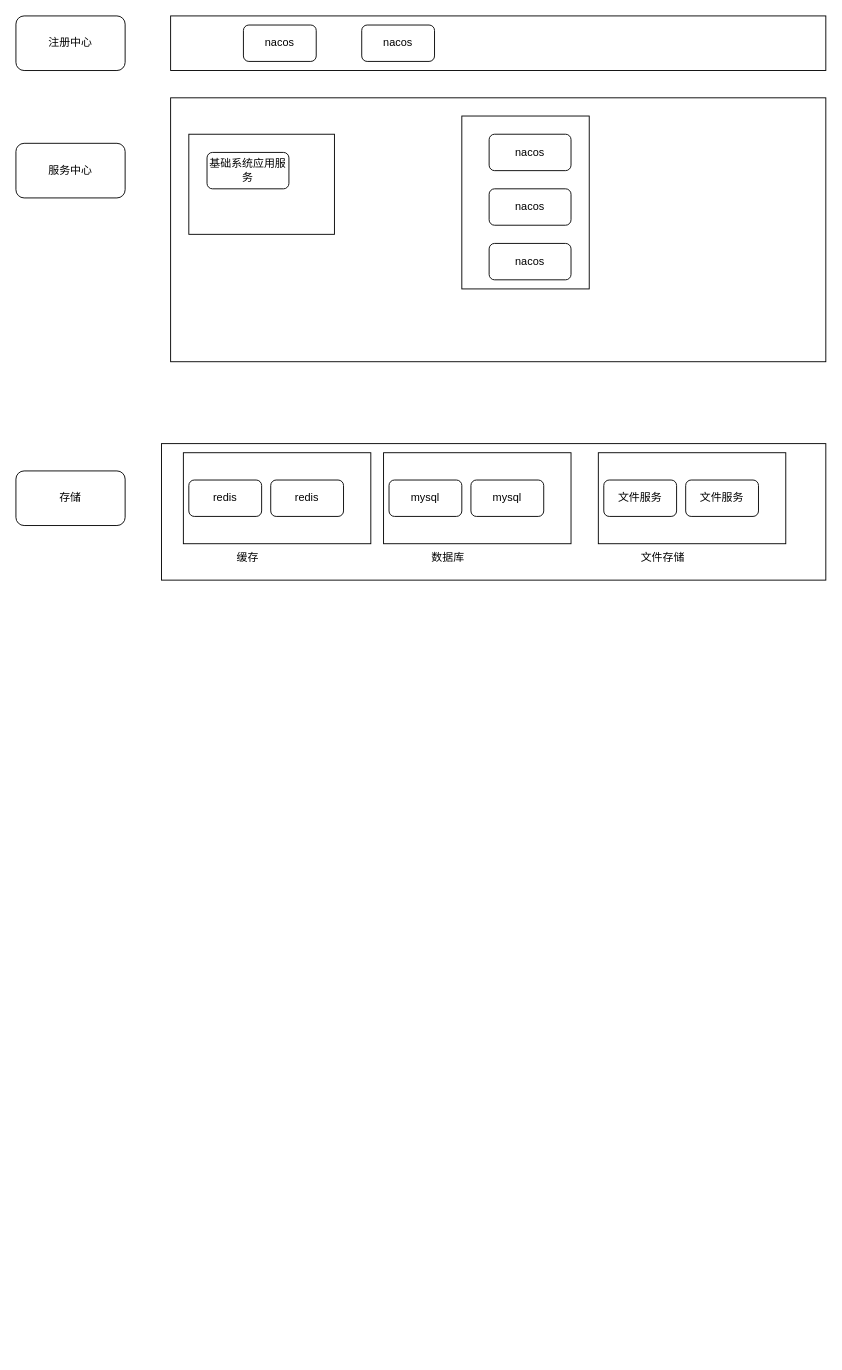
Before: 一汽解放.drawio in Amanocino/java-tuling, a draw.io diagram. Source tidied: cells renumbered, new cells numbered last; positions are measured from the earlier drawing's top-left corner, leaving out a move shared by most shapes. Both pictures are drawn from the tidied source at 91%, with x=0, y=0 at pixel (15, 15).
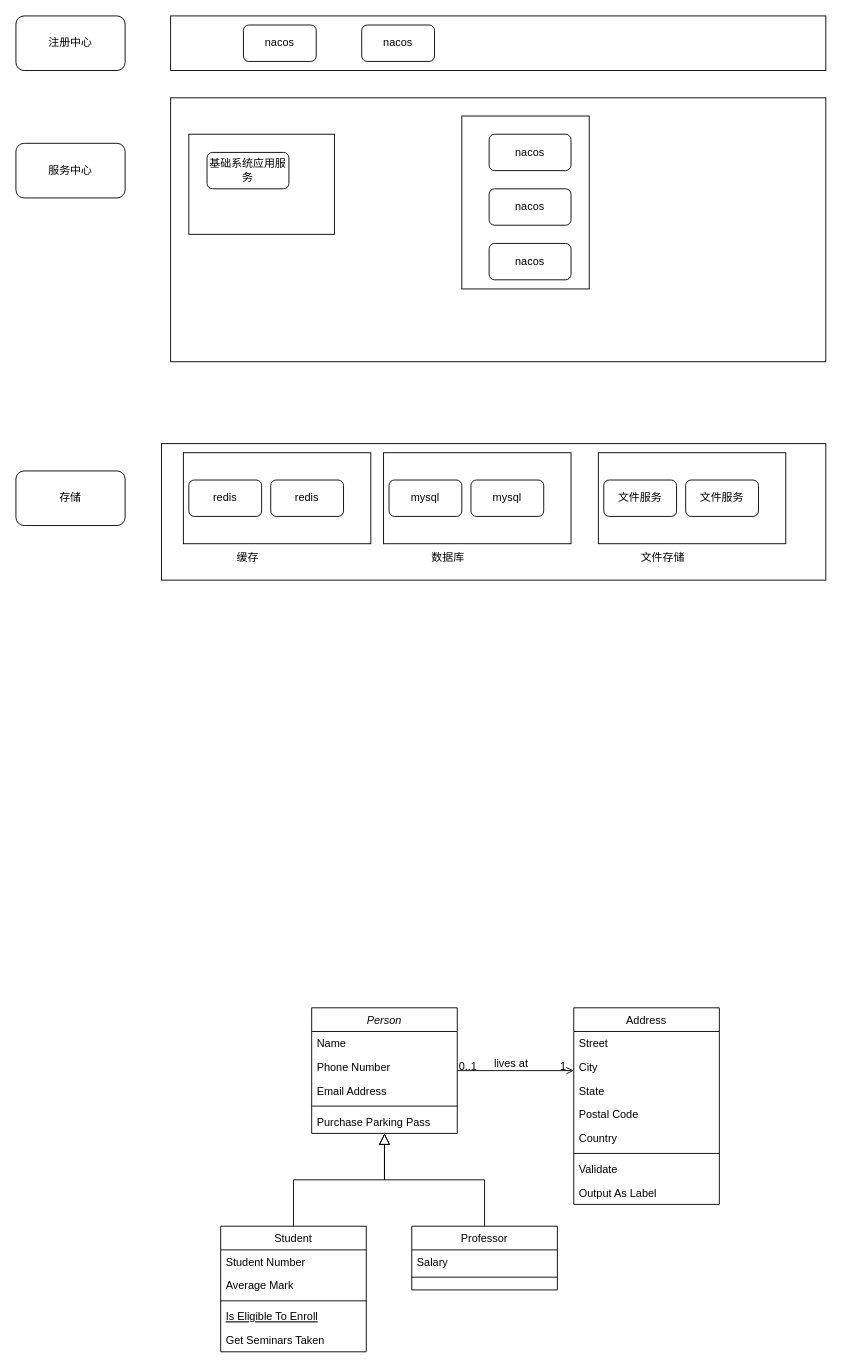
Above is the later version.

Commit message:
更新一汽解放.drawio

Change to the diagram source:
```diff
@@
+    <mxCell id="28" value="Person" style="swimlane;fontStyle=2;align=center;verticalAlign=top;horizontal=1;startSize=26;rounded=0;shadow=0;strokeWidth=1;" parent="1" vertex="1">
+      <mxGeometry x="325" y="1090" width="160" height="138" as="geometry" />
+    </mxCell>
+    <mxCell id="29" value="Name" style="text;align=left;verticalAlign=top;spacingLeft=4;spacingRight=4;overflow=hidden;" parent="28" vertex="1">
+      <mxGeometry y="26" width="160" height="26" as="geometry" />
+    </mxCell>
+    <mxCell id="30" value="Phone Number" style="text;align=left;verticalAlign=top;spacingLeft=4;spacingRight=4;overflow=hidden;rounded=0;shadow=0;html=0;" parent="28" vertex="1">
+      <mxGeometry y="52" width="160" height="26" as="geometry" />
+    </mxCell>
+    <mxCell id="31" value="Email Address" style="text;align=left;verticalAlign=top;spacingLeft=4;spacingRight=4;overflow=hidden;rounded=0;shadow=0;html=0;" parent="28" vertex="1">
+      <mxGeometry y="78" width="160" height="26" as="geometry" />
+    </mxCell>
+    <mxCell id="32" style="line;html=1;strokeWidth=1;align=left;verticalAlign=middle;spacingTop=-1;spacingLeft=3;spacingRight=3;labelPosition=right;" parent="28" vertex="1">
+      <mxGeometry y="104" width="160" height="8" as="geometry" />
+    </mxCell>
+    <mxCell id="33" value="Purchase Parking Pass" style="text;align=left;verticalAlign=top;spacingLeft=4;spacingRight=4;overflow=hidden;" parent="28" vertex="1">
+      <mxGeometry y="112" width="160" height="26" as="geometry" />
+    </mxCell>
+    <mxCell id="34" value="Student" style="swimlane;fontStyle=0;align=center;verticalAlign=top;horizontal=1;startSize=26;rounded=0;shadow=0;strokeWidth=1;" parent="1" vertex="1">
+      <mxGeometry x="225" y="1330" width="160" height="138" as="geometry" />
+    </mxCell>
+    <mxCell id="35" value="Student Number" style="text;align=left;verticalAlign=top;spacingLeft=4;spacingRight=4;overflow=hidden;" parent="34" vertex="1">
+      <mxGeometry y="26" width="160" height="26" as="geometry" />
+    </mxCell>
+    <mxCell id="36" value="Average Mark" style="text;align=left;verticalAlign=top;spacingLeft=4;spacingRight=4;overflow=hidden;rounded=0;shadow=0;html=0;" parent="34" vertex="1">
+      <mxGeometry y="52" width="160" height="26" as="geometry" />
+    </mxCell>
+    <mxCell id="37" style="line;html=1;strokeWidth=1;align=left;verticalAlign=middle;spacingTop=-1;spacingLeft=3;spacingRight=3;labelPosition=right;" parent="34" vertex="1">
+      <mxGeometry y="78" width="160" height="8" as="geometry" />
+    </mxCell>
+    <mxCell id="38" value="Is Eligible To Enroll" style="text;align=left;verticalAlign=top;spacingLeft=4;spacingRight=4;overflow=hidden;fontStyle=4;" parent="34" vertex="1">
+      <mxGeometry y="86" width="160" height="26" as="geometry" />
+    </mxCell>
+    <mxCell id="39" value="Get Seminars Taken" style="text;align=left;verticalAlign=top;spacingLeft=4;spacingRight=4;overflow=hidden;" parent="34" vertex="1">
+      <mxGeometry y="112" width="160" height="26" as="geometry" />
+    </mxCell>
+    <mxCell id="40" style="endArrow=block;endSize=10;endFill=0;shadow=0;strokeWidth=1;rounded=0;edgeStyle=elbowEdgeStyle;elbow=vertical;" parent="1" edge="1" source="34" target="28">
+      <mxGeometry relative="1" as="geometry" />
+    </mxCell>
+    <mxCell id="41" value="Professor" style="swimlane;fontStyle=0;align=center;verticalAlign=top;horizontal=1;startSize=26;rounded=0;shadow=0;strokeWidth=1;" parent="1" vertex="1">
+      <mxGeometry x="435" y="1330" width="160" height="70" as="geometry" />
+    </mxCell>
+    <mxCell id="42" value="Salary" style="text;align=left;verticalAlign=top;spacingLeft=4;spacingRight=4;overflow=hidden;" parent="41" vertex="1">
+      <mxGeometry y="26" width="160" height="26" as="geometry" />
+    </mxCell>
+    <mxCell id="43" style="line;html=1;strokeWidth=1;align=left;verticalAlign=middle;spacingTop=-1;spacingLeft=3;spacingRight=3;labelPosition=right;" parent="41" vertex="1">
+      <mxGeometry y="52" width="160" height="8" as="geometry" />
+    </mxCell>
+    <mxCell id="44" style="endArrow=block;endSize=10;endFill=0;shadow=0;strokeWidth=1;rounded=0;edgeStyle=elbowEdgeStyle;elbow=vertical;" parent="1" edge="1" source="41" target="28">
+      <mxGeometry relative="1" as="geometry" />
+    </mxCell>
+    <mxCell id="45" value="Address" style="swimlane;fontStyle=0;align=center;verticalAlign=top;horizontal=1;startSize=26;rounded=0;shadow=0;strokeWidth=1;" parent="1" vertex="1">
+      <mxGeometry x="613" y="1090" width="160" height="216" as="geometry" />
+    </mxCell>
+    <mxCell id="46" value="Street" style="text;align=left;verticalAlign=top;spacingLeft=4;spacingRight=4;overflow=hidden;" parent="45" vertex="1">
+      <mxGeometry y="26" width="160" height="26" as="geometry" />
+    </mxCell>
+    <mxCell id="47" value="City" style="text;align=left;verticalAlign=top;spacingLeft=4;spacingRight=4;overflow=hidden;rounded=0;shadow=0;html=0;" parent="45" vertex="1">
+      <mxGeometry y="52" width="160" height="26" as="geometry" />
+    </mxCell>
+    <mxCell id="48" value="State" style="text;align=left;verticalAlign=top;spacingLeft=4;spacingRight=4;overflow=hidden;rounded=0;shadow=0;html=0;" parent="45" vertex="1">
+      <mxGeometry y="78" width="160" height="26" as="geometry" />
+    </mxCell>
+    <mxCell id="49" value="Postal Code" style="text;align=left;verticalAlign=top;spacingLeft=4;spacingRight=4;overflow=hidden;rounded=0;shadow=0;html=0;" parent="45" vertex="1">
+      <mxGeometry y="104" width="160" height="26" as="geometry" />
+    </mxCell>
+    <mxCell id="50" value="Country" style="text;align=left;verticalAlign=top;spacingLeft=4;spacingRight=4;overflow=hidden;rounded=0;shadow=0;html=0;" parent="45" vertex="1">
+      <mxGeometry y="130" width="160" height="26" as="geometry" />
+    </mxCell>
+    <mxCell id="51" style="line;html=1;strokeWidth=1;align=left;verticalAlign=middle;spacingTop=-1;spacingLeft=3;spacingRight=3;labelPosition=right;" parent="45" vertex="1">
+      <mxGeometry y="156" width="160" height="8" as="geometry" />
+    </mxCell>
+    <mxCell id="52" value="Validate" style="text;align=left;verticalAlign=top;spacingLeft=4;spacingRight=4;overflow=hidden;" parent="45" vertex="1">
+      <mxGeometry y="164" width="160" height="26" as="geometry" />
+    </mxCell>
+    <mxCell id="53" value="Output As Label" style="text;align=left;verticalAlign=top;spacingLeft=4;spacingRight=4;overflow=hidden;" parent="45" vertex="1">
+      <mxGeometry y="190" width="160" height="26" as="geometry" />
+    </mxCell>
+    <mxCell id="54" style="endArrow=open;shadow=0;strokeWidth=1;rounded=0;endFill=1;edgeStyle=elbowEdgeStyle;elbow=vertical;" parent="1" edge="1" source="28" target="45">
+      <mxGeometry x="0.5" y="41" relative="1" as="geometry">
+        <mxPoint x="-40" y="32" as="offset" />
+      </mxGeometry>
+    </mxCell>
+    <mxCell id="55" value="0..1" style="align=left;verticalAlign=bottom;labelBackgroundColor=none;fontSize=12;" parent="54" vertex="1">
+      <mxGeometry x="-1" relative="1" as="geometry">
+        <mxPoint y="4" as="offset" />
+      </mxGeometry>
+    </mxCell>
+    <mxCell id="56" value="1" style="align=right;verticalAlign=bottom;labelBackgroundColor=none;fontSize=12;" parent="54" vertex="1">
+      <mxGeometry x="1" relative="1" as="geometry">
+        <mxPoint x="-7" y="4" as="offset" />
+      </mxGeometry>
+    </mxCell>
+    <mxCell id="57" value="lives at" style="text;html=1;align=center;verticalAlign=middle;labelBackgroundColor=none;rounded=0;shadow=0;strokeWidth=1;fontSize=12;" parent="54" vertex="1">
+      <mxGeometry x="0.5" y="49" relative="1" as="geometry">
+        <mxPoint x="-38" y="40" as="offset" />
+      </mxGeometry>
+    </mxCell>
```
